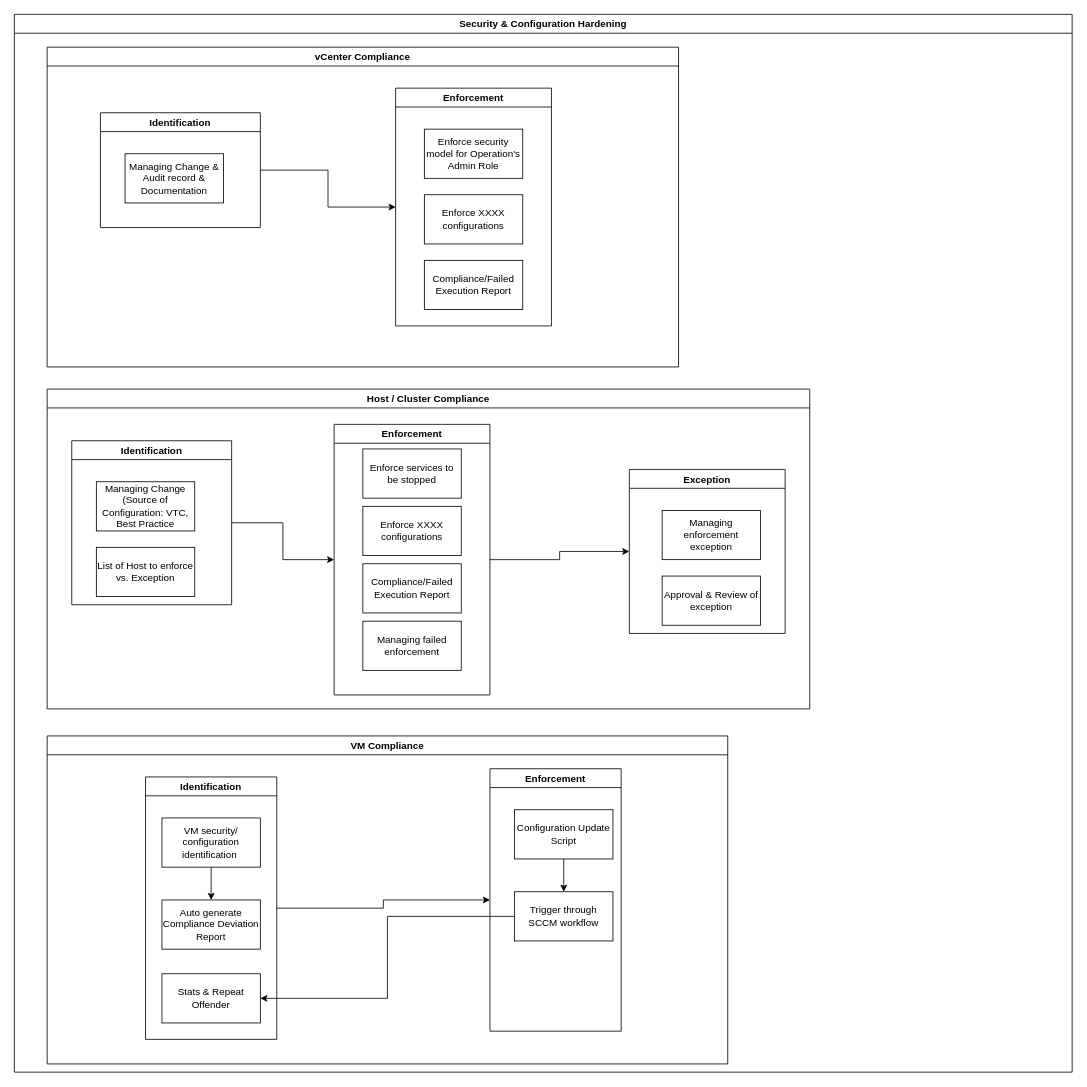
This is page "Security & Configuration Hardening" (2 of 5) of Virt3.drawio from shariashaari/Diagrams, a draw.io file, before an edit. Source tidied: cells renumbered, new cells numbered last; positions are measured from the earlier drawing's top-left corner, leaving out a move shared by most shapes. Both pictures are drawn from the tidied source at 82%, with x=0, y=0 at pixel (14, 14).
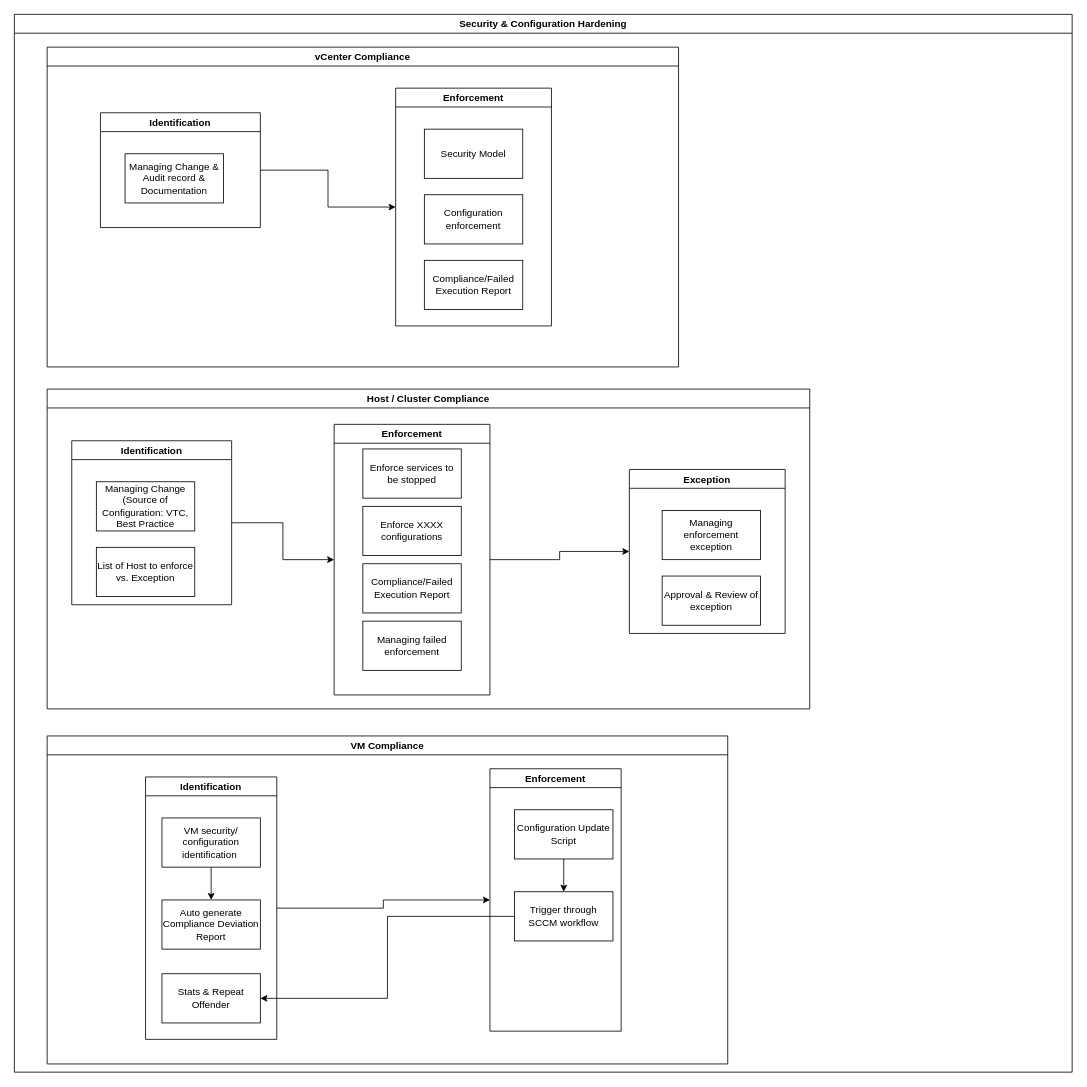
The same diagram, later.

Unchanged cells that the change refers to:
```xml
<mxCell id="30" value="Enforcement" style="swimlane;fontFamily=Helvetica;fontSize=12;fontColor=#000000;" parent="29" vertex="1">
  <mxGeometry x="425" y="50" width="190" height="290" as="geometry" />
</mxCell>
```

Diff of the diagram source:
```diff
@@
-    <mxCell id="31" value="Enforce security model for Operation's Admin Role" style="rounded=0;whiteSpace=wrap;html=1;fontFamily=Helvetica;fontSize=12;fontColor=#000000;" parent="30" vertex="1">
+    <mxCell id="31" value="Security Model" style="rounded=0;whiteSpace=wrap;html=1;fontFamily=Helvetica;fontSize=12;fontColor=#000000;" parent="30" vertex="1">
       <mxGeometry x="35" y="50" width="120" height="60" as="geometry" />
     </mxCell>
-    <mxCell id="32" value="Enforce XXXX configurations" style="rounded=0;whiteSpace=wrap;html=1;fontFamily=Helvetica;fontSize=12;fontColor=#000000;" parent="30" vertex="1">
+    <mxCell id="32" value="Configuration enforcement" style="rounded=0;whiteSpace=wrap;html=1;fontFamily=Helvetica;fontSize=12;fontColor=#000000;" parent="30" vertex="1">
       <mxGeometry x="35" y="130" width="120" height="60" as="geometry" />
     </mxCell>
```
